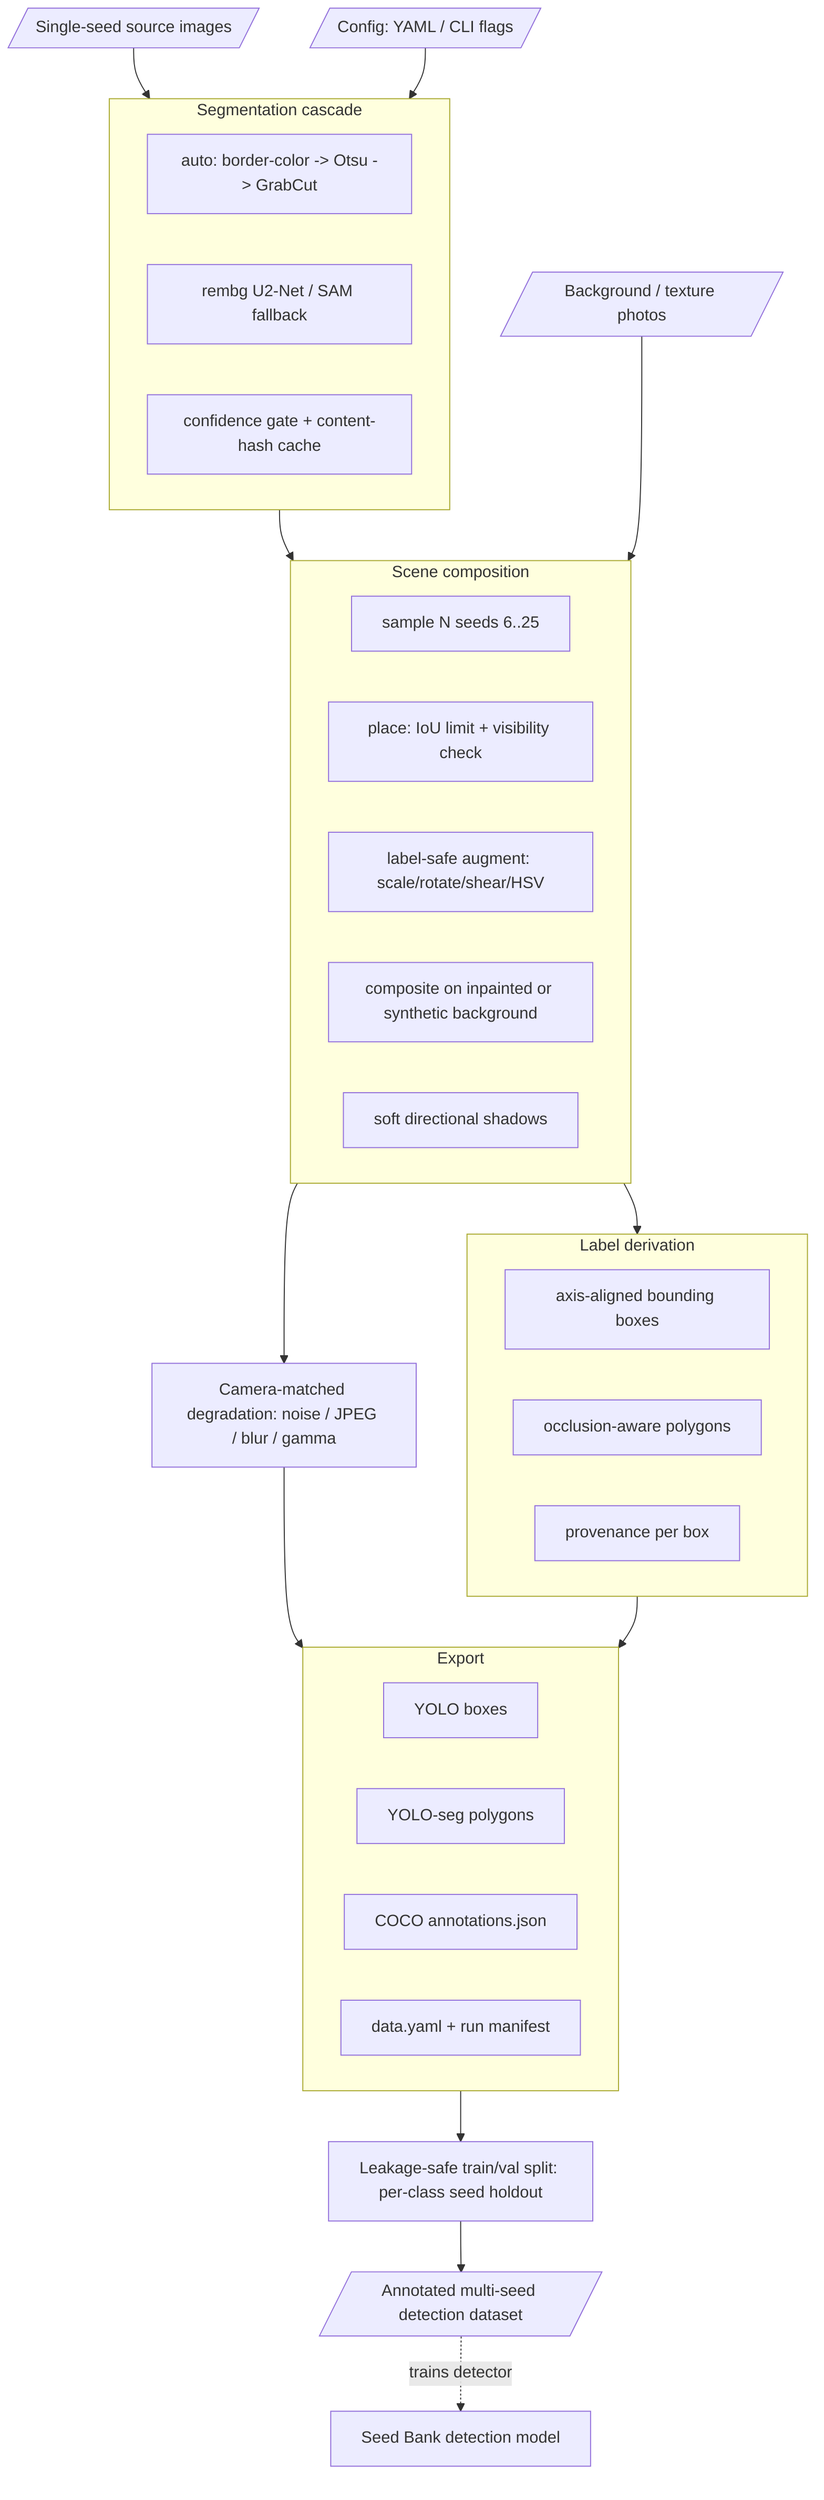
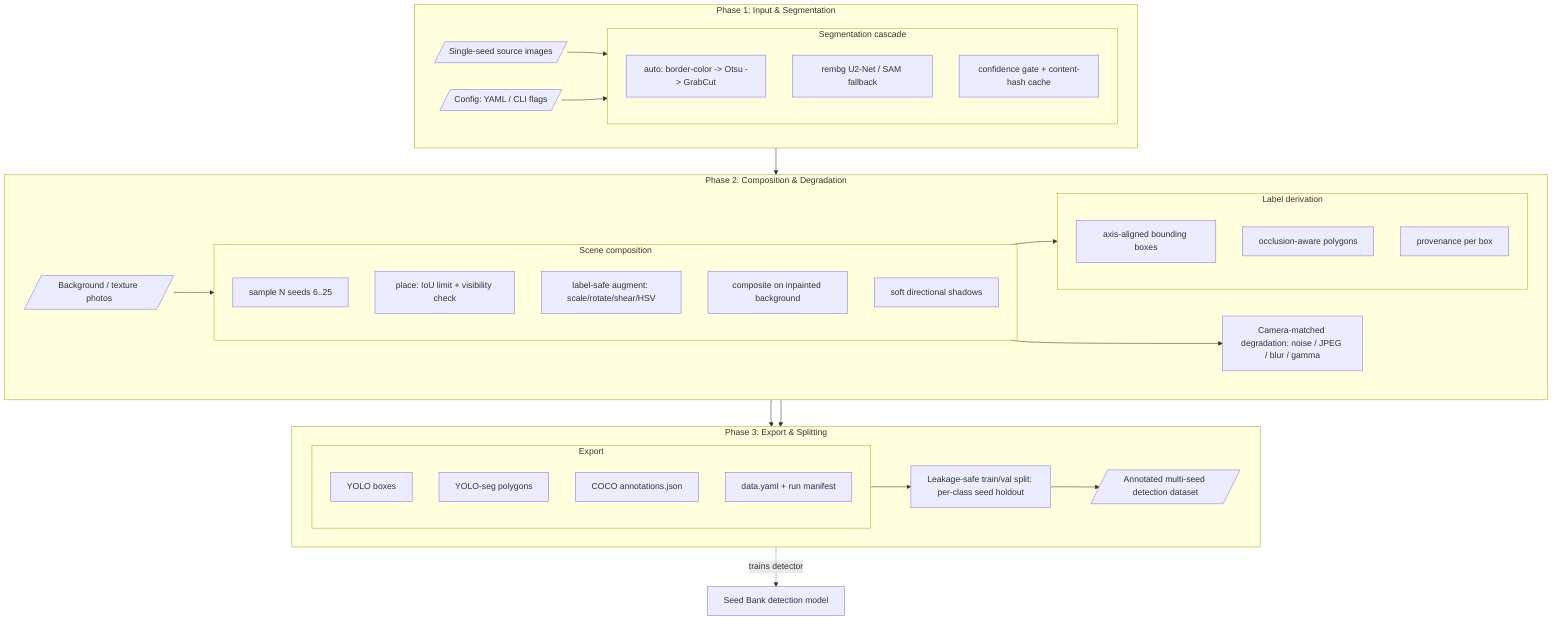
- flowchart TD
-     src[/Single-seed source images/]
-     tex[/Background / texture photos/]
-     cfg[/Config: YAML / CLI flags/]
- 
-     subgraph SEG[Segmentation cascade]
-         s1[auto: border-color -> Otsu -> GrabCut]
-         s2[rembg U2-Net / SAM fallback]
-         s3[confidence gate + content-hash cache]
+ flowchart TB
+     subgraph R1["Phase 1: Input & Segmentation"]
+         direction LR
+         src[/Single-seed source images/]
+         cfg[/Config: YAML / CLI flags/]
+         subgraph SEG[Segmentation cascade]
+             direction TB
+             s1[auto: border-color -> Otsu -> GrabCut]
+             s2[rembg U2-Net / SAM fallback]
+             s3[confidence gate + content-hash cache]
+         end
+         src --> SEG
+         cfg --> SEG
    end

-     subgraph COMP[Scene composition]
-         c1[sample N seeds 6..25]
-         c2[place: IoU limit + visibility check]
-         c3[label-safe augment: scale/rotate/shear/HSV]
-         c4[composite on inpainted or synthetic background]
-         c5[soft directional shadows]
+     subgraph R2["Phase 2: Composition & Degradation"]
+         direction LR
+         tex[/Background / texture photos/]
+         subgraph COMP[Scene composition]
+             direction TB
+             c1[sample N seeds 6..25]
+             c2[place: IoU limit + visibility check]
+             c3[label-safe augment: scale/rotate/shear/HSV]
+             c4[composite on inpainted background]
+             c5[soft directional shadows]
+         end
+         subgraph LBL[Label derivation]
+             direction TB
+             l1[axis-aligned bounding boxes]
+             l2[occlusion-aware polygons]
+             l3[provenance per box]
+         end
+         deg[Camera-matched degradation: noise / JPEG / blur / gamma]
+         tex --> COMP
+         COMP --> LBL
+         COMP --> deg
    end

-     subgraph LBL[Label derivation]
-         l1[axis-aligned bounding boxes]
-         l2[occlusion-aware polygons]
-         l3[provenance per box]
+     subgraph R3["Phase 3: Export & Splitting"]
+         direction LR
+         subgraph EXP[Export]
+             direction TB
+             e1[YOLO boxes]
+             e2[YOLO-seg polygons]
+             e3[COCO annotations.json]
+             e4[data.yaml + run manifest]
+         end
+         split[Leakage-safe train/val split: per-class seed holdout]
+         out[/Annotated multi-seed detection dataset/]
+         EXP --> split
+         split --> out
    end

-     deg[Camera-matched degradation: noise / JPEG / blur / gamma]
- 
-     subgraph EXP[Export]
-         e1[YOLO boxes]
-         e2[YOLO-seg polygons]
-         e3[COCO annotations.json]
-         e4[data.yaml + run manifest]
-     end
- 
-     split[Leakage-safe train/val split: per-class seed holdout]
-     out[/Annotated multi-seed detection dataset/]
- 
-     src --> SEG
-     cfg --> SEG
    SEG --> COMP
-     tex --> COMP
-     COMP --> LBL
-     COMP --> deg
+     LBL --> EXP
    deg --> EXP
-     LBL --> EXP
-     EXP --> split
-     split --> out
    out -.->|trains detector| seedbank[Seed Bank detection model]
